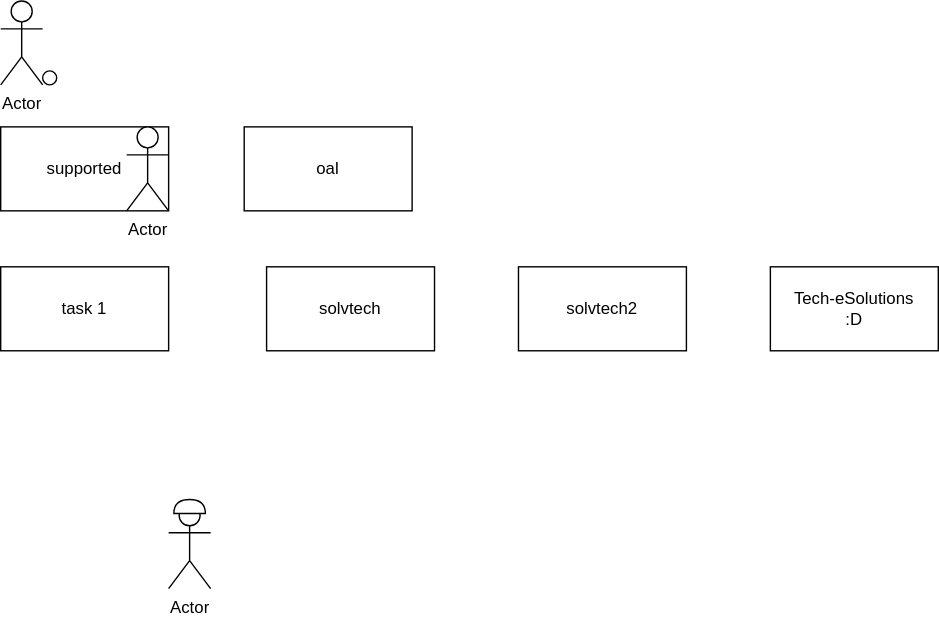
Before: systems_analysis/eva2/crear-env-vars-gitbash-windows.drawio.svg, a diagram exported from draw.io (cdvelop/aiep). Source tidied: cells renumbered, new cells last; positions are measured from the earlier drawing's top-left corner, leaving out a move shared by most shapes.
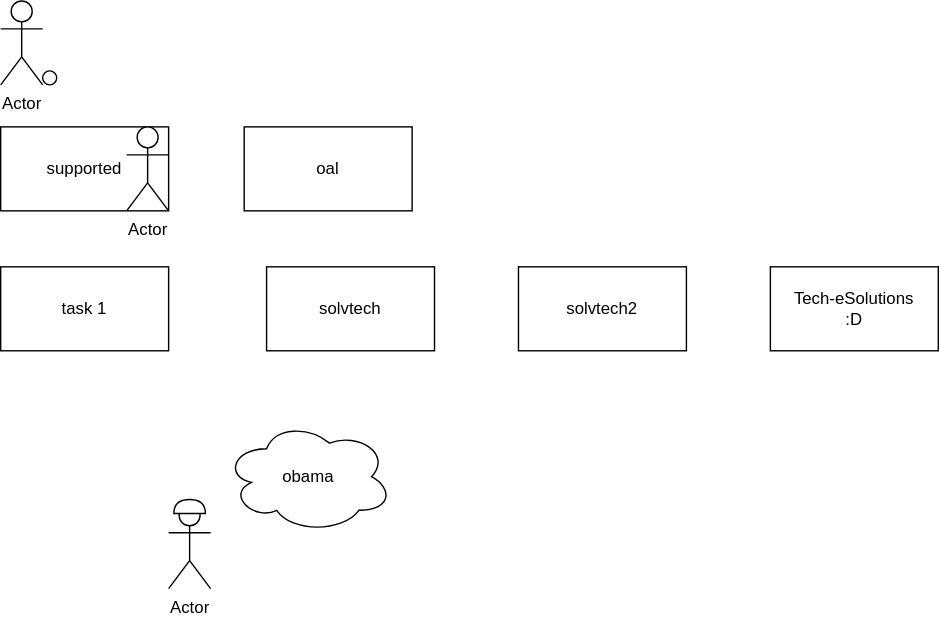
After the change.

The edit, as a diff of the source:
```diff
@@ -35,5 +35,8 @@
     <mxCell id="12" style="ellipse;whiteSpace=wrap;html=1;" parent="1" vertex="1">
       <mxGeometry x="30" y="50" width="10" height="10" as="geometry" />
     </mxCell>
+    <mxCell id="13" value="&lt;div&gt;obama&lt;/div&gt;" style="ellipse;shape=cloud;whiteSpace=wrap;html=1;" parent="1" vertex="1">
+      <mxGeometry x="160" y="300" width="120" height="80" as="geometry" />
+    </mxCell>
   </root>
 </mxGraphModel>
```
